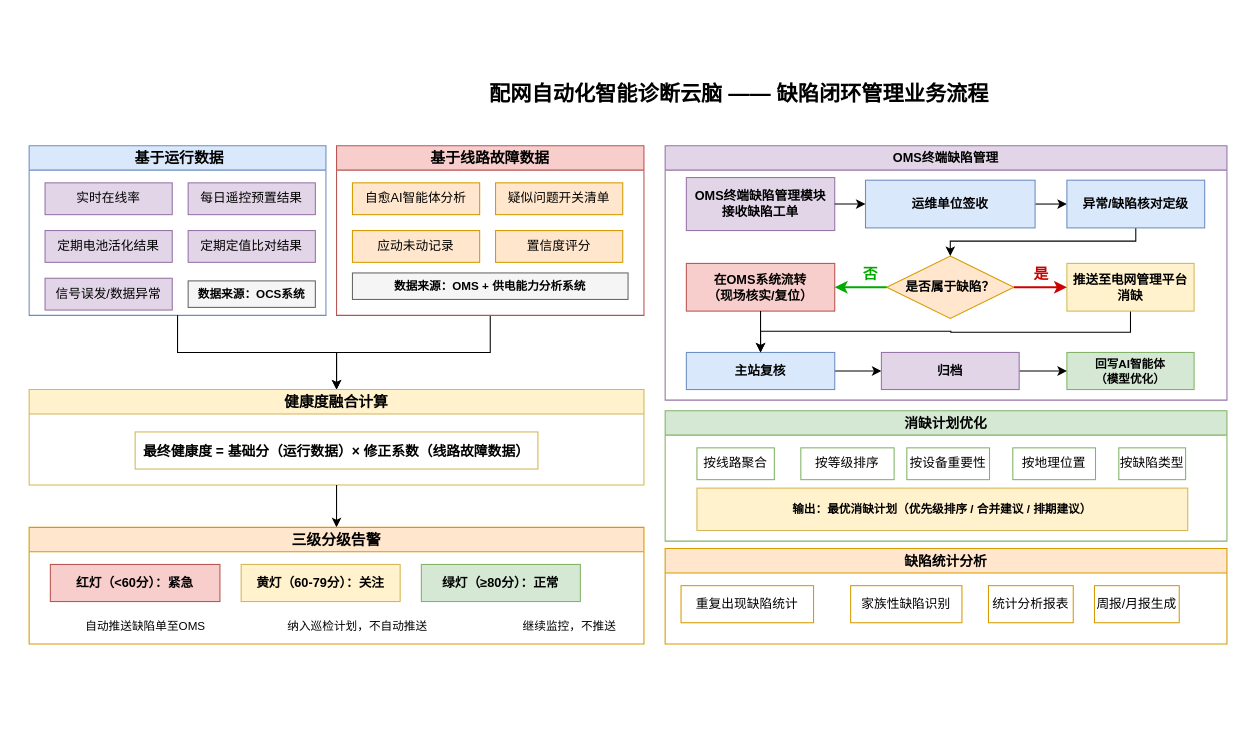
Earlier version of the draw.io diagram 管理流程.drawio (LieCoding/pwjkd). Source tidied: cells renumbered, new cells numbered last; positions are measured from the earlier drawing's top-left corner, leaving out a move shared by most shapes. Both pictures are drawn from the tidied source at 106%, with x=0, y=0 at pixel (29, 71).
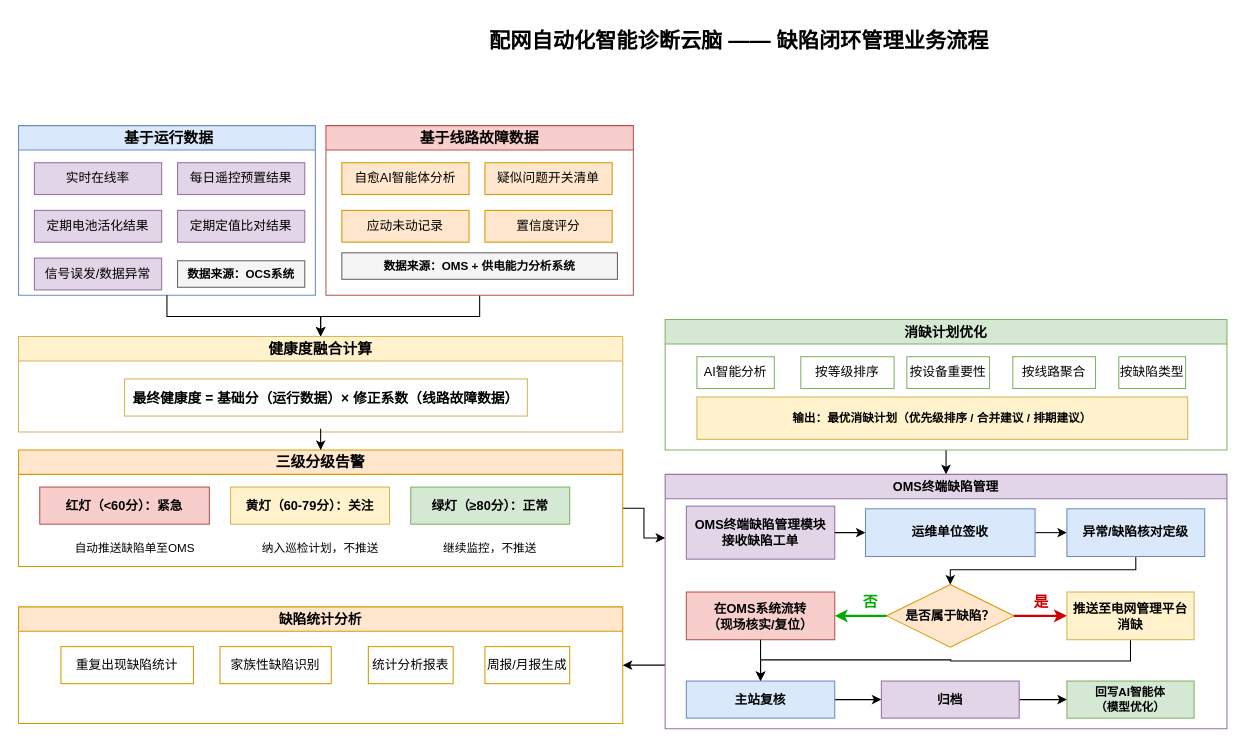
The same page after the edit.

Commit message (it also covers changes not shown here):
更新管理流程.drawio

What changed in the source:
```diff
@@
     <mxCell id="2" value="配网自动化智能诊断云脑 —— 缺陷闭环管理业务流程" style="text;html=1;strokeColor=none;fillColor=none;align=center;verticalAlign=middle;whiteSpace=wrap;rounded=0;fontSize=20;fontStyle=1;" parent="1" vertex="1">
-      <mxGeometry x="420" width="500" height="40" as="geometry" />
+      <mxGeometry x="420" y="-50" width="500" height="40" as="geometry" />
     </mxCell>
     <mxCell id="3" value="&amp;nbsp;基于运行数据" style="swimlane;whiteSpace=wrap;html=1;fillColor=#dae8fc;strokeColor=#6c8ebf;fontStyle=1;fontSize=14;" parent="1" vertex="1">
-      <mxGeometry y="70" width="280" height="160" as="geometry" />
+      <mxGeometry x="-10" y="51" width="280" height="160" as="geometry" />
     </mxCell>
@@
     <mxCell id="11" value="基于线路故障数据" style="swimlane;whiteSpace=wrap;html=1;fillColor=#f8cecc;strokeColor=#b85450;fontStyle=1;fontSize=14;" parent="1" vertex="1">
-      <mxGeometry x="290" y="70" width="290" height="160" as="geometry" />
+      <mxGeometry x="280" y="51" width="290" height="160" as="geometry" />
     </mxCell>
@@
     <mxCell id="18" value="健康度融合计算" style="swimlane;whiteSpace=wrap;html=1;fillColor=#fff2cc;strokeColor=#d6b656;fontStyle=1;fontSize=14;" parent="1" vertex="1">
-      <mxGeometry y="300" width="580" height="90" as="geometry" />
+      <mxGeometry x="-10" y="250" width="570" height="90" as="geometry" />
     </mxCell>
@@
+    <mxCell id="61" style="edgeStyle=orthogonalEdgeStyle;rounded=0;jettySize=auto;html=1;exitX=1;exitY=0.5;exitDx=0;exitDy=0;entryX=0;entryY=0.25;entryDx=0;entryDy=0;" parent="1" edge="1" source="21" target="40">
+      <mxGeometry relative="1" as="geometry" />
+    </mxCell>
     <mxCell id="21" value="三级分级告警" style="swimlane;whiteSpace=wrap;html=1;fillColor=#ffe6cc;strokeColor=#d79b00;fontStyle=1;fontSize=14;" parent="1" vertex="1">
-      <mxGeometry y="430" width="580" height="110" as="geometry" />
+      <mxGeometry x="-10" y="357" width="570" height="110" as="geometry" />
     </mxCell>
@@
-    <mxCell id="26" value="纳入巡检计划，不自动推送" style="text;html=1;strokeColor=none;fillColor=none;align=center;verticalAlign=middle;whiteSpace=wrap;rounded=0;fontSize=11;" parent="21" vertex="1">
-      <mxGeometry x="220" y="80" width="180" height="25" as="geometry" />
+    <mxCell id="26" value="纳入巡检计划，不推送" style="text;html=1;strokeColor=none;fillColor=none;align=center;verticalAlign=middle;whiteSpace=wrap;rounded=0;fontSize=11;" parent="21" vertex="1">
+      <mxGeometry x="195" y="80" width="180" height="25" as="geometry" />
     </mxCell>
     <mxCell id="27" value="继续监控，不推送" style="text;html=1;strokeColor=none;fillColor=none;align=center;verticalAlign=middle;whiteSpace=wrap;rounded=0;fontSize=11;" parent="21" vertex="1">
-      <mxGeometry x="420" y="80" width="180" height="25" as="geometry" />
+      <mxGeometry x="355" y="80" width="180" height="25" as="geometry" />
     </mxCell>
+    <mxCell id="62" style="edgeStyle=orthogonalEdgeStyle;rounded=0;jettySize=auto;html=1;entryX=0.5;entryY=0;entryDx=0;entryDy=0;" parent="1" edge="1" source="28" target="40">
+      <mxGeometry relative="1" as="geometry" />
+    </mxCell>
     <mxCell id="28" value="消缺计划优化" style="swimlane;whiteSpace=wrap;html=1;fillColor=#d5e8d4;strokeColor=#82b366;fontStyle=1;fontSize=13;" parent="1" vertex="1">
-      <mxGeometry x="600" y="320" width="530" height="123" as="geometry" />
+      <mxGeometry x="600" y="234" width="530" height="123" as="geometry" />
     </mxCell>
-    <mxCell id="29" value="按线路聚合" style="rounded=0;whiteSpace=wrap;html=1;fillColor=#ffffff;strokeColor=#82b366;" parent="28" vertex="1">
+    <mxCell id="29" value="AI智能分析" style="rounded=0;whiteSpace=wrap;html=1;fillColor=#ffffff;strokeColor=#82b366;" parent="28" vertex="1">
       <mxGeometry x="30" y="35" width="73" height="30" as="geometry" />
     </mxCell>
@@
-    <mxCell id="32" value="按地理位置" style="rounded=0;whiteSpace=wrap;html=1;fillColor=#ffffff;strokeColor=#82b366;" parent="28" vertex="1">
+    <mxCell id="32" value="按线路聚合" style="rounded=0;whiteSpace=wrap;html=1;fillColor=#ffffff;strokeColor=#82b366;" parent="28" vertex="1">
       <mxGeometry x="328" y="35" width="78" height="30" as="geometry" />
     </mxCell>
@@
     <mxCell id="35" value="缺陷统计分析" style="swimlane;whiteSpace=wrap;html=1;fillColor=#ffe6cc;strokeColor=#d79b00;fontStyle=1;fontSize=13;" parent="1" vertex="1">
-      <mxGeometry x="600" y="450" width="530" height="90" as="geometry" />
+      <mxGeometry x="-10" y="505" width="570" height="110" as="geometry" />
     </mxCell>
     <mxCell id="36" value="重复出现缺陷统计" style="rounded=0;whiteSpace=wrap;html=1;fillColor=#ffffff;strokeColor=#d79b00;" parent="35" vertex="1">
-      <mxGeometry x="15" y="35" width="125" height="35" as="geometry" />
+      <mxGeometry x="40" y="37.5" width="125" height="35" as="geometry" />
     </mxCell>
     <mxCell id="37" value="家族性缺陷识别" style="rounded=0;whiteSpace=wrap;html=1;fillColor=#ffffff;strokeColor=#d79b00;" parent="35" vertex="1">
-      <mxGeometry x="175" y="35" width="105" height="35" as="geometry" />
+      <mxGeometry x="190" y="37.5" width="105" height="35" as="geometry" />
     </mxCell>
     <mxCell id="38" value="统计分析报表" style="rounded=0;whiteSpace=wrap;html=1;fillColor=#ffffff;strokeColor=#d79b00;" parent="35" vertex="1">
-      <mxGeometry x="305" y="35" width="80" height="35" as="geometry" />
+      <mxGeometry x="330" y="37.5" width="80" height="35" as="geometry" />
     </mxCell>
     <mxCell id="39" value="周报/月报生成" style="rounded=0;whiteSpace=wrap;html=1;fillColor=#ffffff;strokeColor=#d79b00;" parent="35" vertex="1">
-      <mxGeometry x="405" y="35" width="80" height="35" as="geometry" />
+      <mxGeometry x="440" y="37.5" width="80" height="35" as="geometry" />
     </mxCell>
+    <mxCell id="63" style="edgeStyle=orthogonalEdgeStyle;rounded=0;jettySize=auto;html=1;exitX=0;exitY=0.75;exitDx=0;exitDy=0;entryX=1;entryY=0.5;entryDx=0;entryDy=0;" parent="1" edge="1" source="40" target="35">
+      <mxGeometry relative="1" as="geometry" />
+    </mxCell>
     <mxCell id="40" value="OMS终端缺陷管理" style="swimlane;whiteSpace=wrap;html=1;fillColor=#e1d5e7;strokeColor=#9673a6;fontStyle=1;fontSize=12;" parent="1" vertex="1">
-      <mxGeometry x="600" y="70" width="530" height="240" as="geometry" />
+      <mxGeometry x="600" y="380" width="530" height="240" as="geometry" />
     </mxCell>
```
